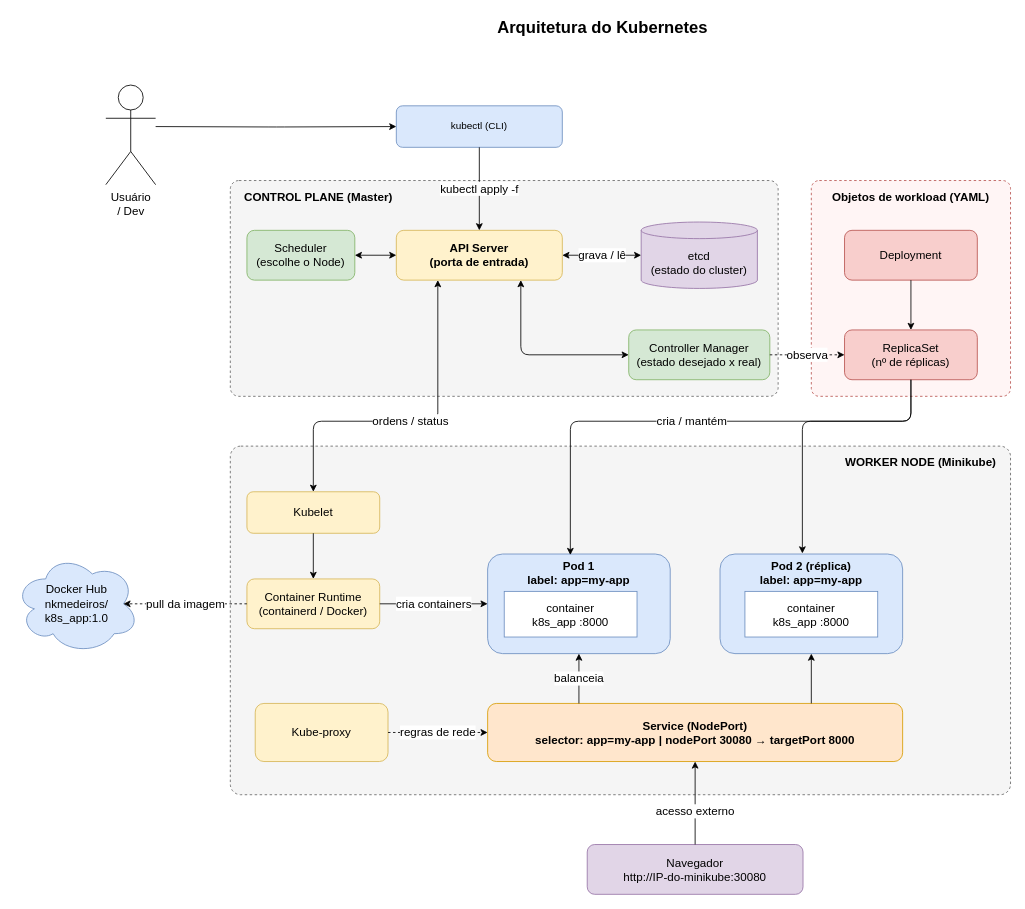
Above: kubernetes.drawio in nk-medeiros/arquitetura_kubernetes (draw.io), before the change. Source tidied: cells renumbered, new cells numbered last; positions are measured from the earlier drawing's top-left corner, leaving out a move shared by most shapes. Both pictures are drawn from the tidied source at 83%, with x=0, y=0 at pixel (14, 14).
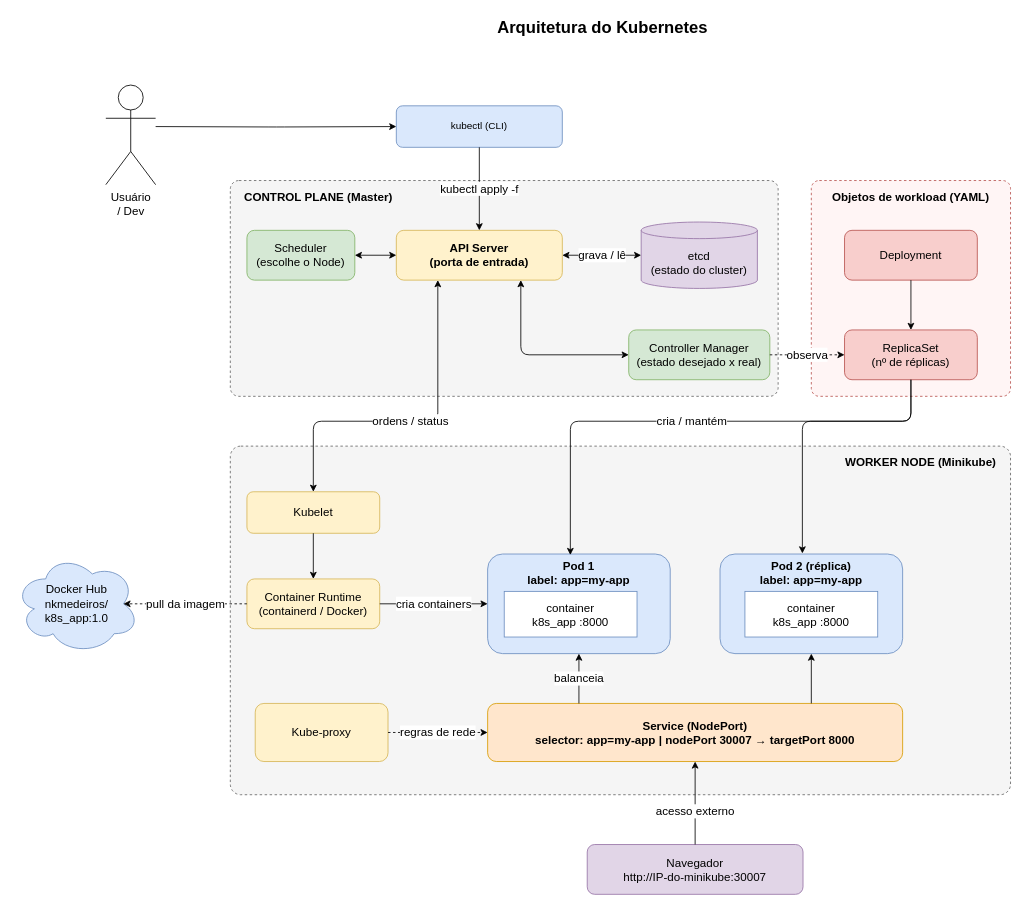
Above is the later version.

Commit message (it also covers changes not shown here):
corrige nodePort para 30007 no desenho e README

Diff of the diagram source:
```diff
@@
-    <mxCell id="20" value="&lt;font style=&quot;font-size: 14px;&quot;&gt;Service (NodePort)&lt;br&gt;selector: app=my-app | nodePort 30080 → targetPort 8000&lt;/font&gt;" style="rounded=1;whiteSpace=wrap;html=1;fontSize=12;fontStyle=1;fillColor=#ffe6cc;strokeColor=#d79b00;" parent="1" vertex="1">
+    <mxCell id="20" value="&lt;font style=&quot;font-size: 14px;&quot;&gt;Service (NodePort)&lt;br&gt;selector: app=my-app | nodePort 30007 → targetPort 8000&lt;/font&gt;" style="rounded=1;whiteSpace=wrap;html=1;fontSize=12;fontStyle=1;fillColor=#ffe6cc;strokeColor=#d79b00;" parent="1" vertex="1">
       <mxGeometry x="570" y="830" width="500" height="70" as="geometry" />
     </mxCell>
@@
-    <mxCell id="22" value="&lt;font style=&quot;font-size: 14px;&quot;&gt;Navegador&lt;br&gt;http://IP-do-minikube:30080&lt;/font&gt;" style="rounded=1;whiteSpace=wrap;html=1;fontSize=12;fillColor=#e1d5e7;strokeColor=#9673a6;" parent="1" vertex="1">
+    <mxCell id="22" value="&lt;font style=&quot;font-size: 14px;&quot;&gt;Navegador&lt;br&gt;http://IP-do-minikube:30007&lt;/font&gt;" style="rounded=1;whiteSpace=wrap;html=1;fontSize=12;fillColor=#e1d5e7;strokeColor=#9673a6;" parent="1" vertex="1">
       <mxGeometry x="690" y="1000" width="260" height="60" as="geometry" />
     </mxCell>
```
